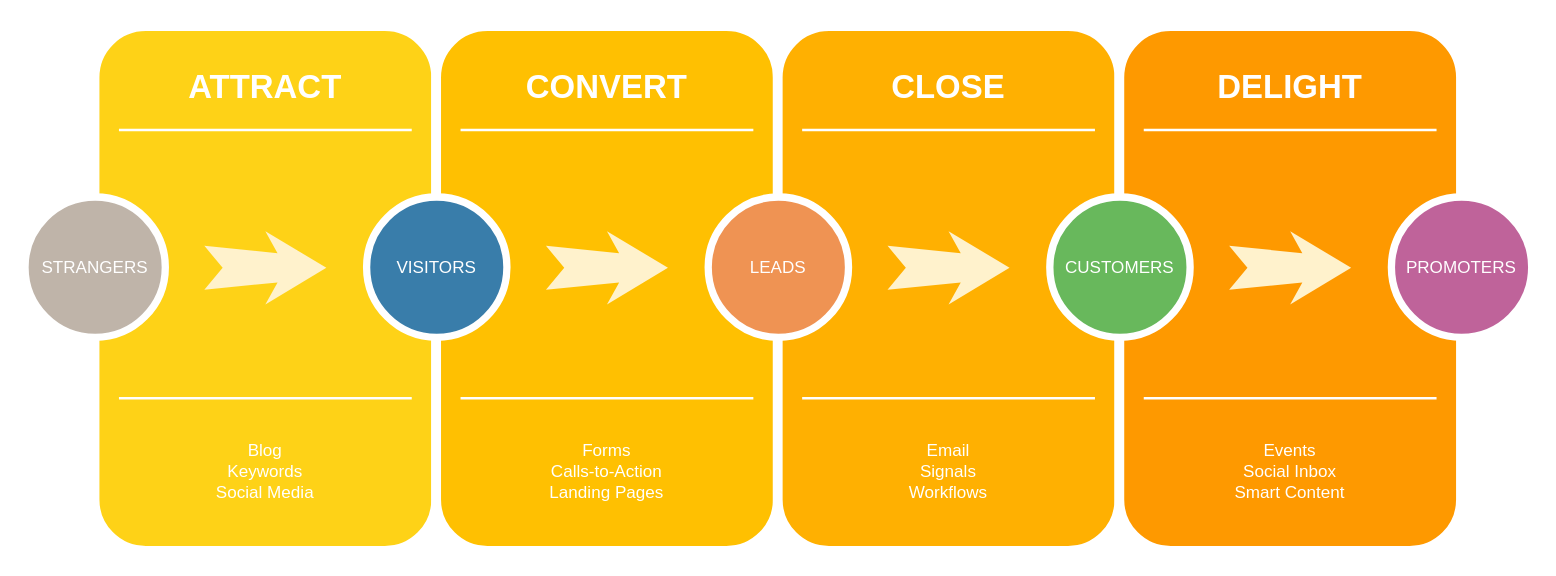
ed5on/draw keeps this draw.io diagram as Diagrama sin título.drawio. Above is the earlier version. Source tidied: cells renumbered, new cells numbered last; positions are measured from the earlier drawing's top-left corner, leaving out a move shared by most shapes. Both pictures are drawn from the tidied source at 122%, with x=0, y=0 at pixel (24, 26).
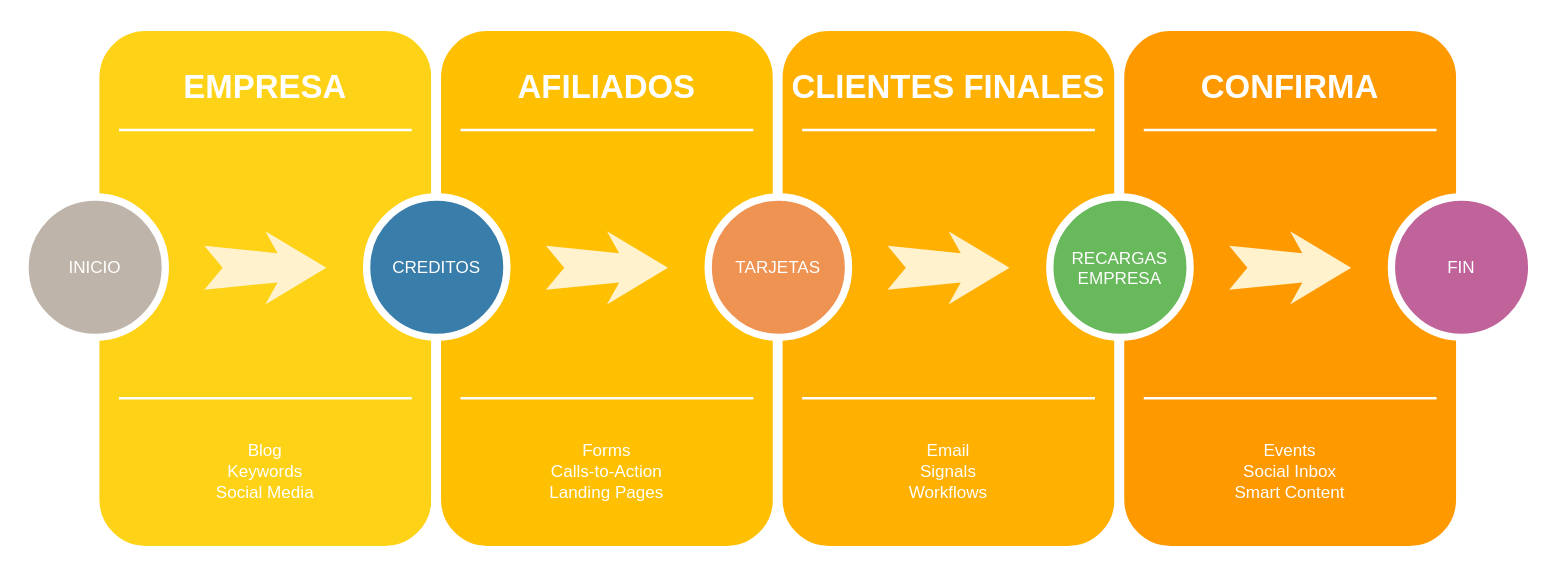
After the change.

Change to the diagram source:
```diff
@@
-    <mxCell id="3" value="ATTRACT" style="text;html=1;strokeColor=none;fillColor=none;align=center;verticalAlign=middle;whiteSpace=wrap;rounded=0;shadow=0;fontSize=27;fontColor=#FFFFFF;fontStyle=1;" parent="1" vertex="1">
+    <mxCell id="3" value="EMPRESA" style="text;html=1;strokeColor=none;fillColor=none;align=center;verticalAlign=middle;whiteSpace=wrap;rounded=0;shadow=0;fontSize=27;fontColor=#FFFFFF;fontStyle=1;" parent="1" vertex="1">
       <mxGeometry x="57" y="20" width="280" height="60" as="geometry" />
     </mxCell>
@@
-    <mxCell id="7" value="STRANGERS" style="ellipse;whiteSpace=wrap;html=1;rounded=0;shadow=0;strokeWidth=6;fontSize=14;align=center;fillColor=#BFB4A9;strokeColor=#FFFFFF;fontColor=#FFFFFF;" parent="1" vertex="1">
+    <mxCell id="7" value="INICIO" style="ellipse;whiteSpace=wrap;html=1;rounded=0;shadow=0;strokeWidth=6;fontSize=14;align=center;fillColor=#BFB4A9;strokeColor=#FFFFFF;fontColor=#FFFFFF;" parent="1" vertex="1">
       <mxGeometry y="140" width="115" height="115" as="geometry" />
     </mxCell>
@@
-    <mxCell id="10" value="CONVERT" style="text;html=1;strokeColor=none;fillColor=none;align=center;verticalAlign=middle;whiteSpace=wrap;rounded=0;shadow=0;fontSize=27;fontColor=#FFFFFF;fontStyle=1;" parent="1" vertex="1">
+    <mxCell id="10" value="AFILIADOS" style="text;html=1;strokeColor=none;fillColor=none;align=center;verticalAlign=middle;whiteSpace=wrap;rounded=0;shadow=0;fontSize=27;fontColor=#FFFFFF;fontStyle=1;" parent="1" vertex="1">
       <mxGeometry x="337" y="20" width="280" height="60" as="geometry" />
     </mxCell>
@@
-    <mxCell id="14" value="VISITORS" style="ellipse;whiteSpace=wrap;html=1;rounded=0;shadow=0;strokeWidth=6;fontSize=14;align=center;fillColor=#397DAA;strokeColor=#FFFFFF;fontColor=#FFFFFF;" parent="1" vertex="1">
+    <mxCell id="14" value="CREDITOS" style="ellipse;whiteSpace=wrap;html=1;rounded=0;shadow=0;strokeWidth=6;fontSize=14;align=center;fillColor=#397DAA;strokeColor=#FFFFFF;fontColor=#FFFFFF;" parent="1" vertex="1">
       <mxGeometry x="280" y="140" width="115" height="115" as="geometry" />
     </mxCell>
@@
-    <mxCell id="17" value="CLOSE" style="text;html=1;strokeColor=none;fillColor=none;align=center;verticalAlign=middle;whiteSpace=wrap;rounded=0;shadow=0;fontSize=27;fontColor=#FFFFFF;fontStyle=1;" parent="1" vertex="1">
+    <mxCell id="17" value="CLIENTES FINALES" style="text;html=1;strokeColor=none;fillColor=none;align=center;verticalAlign=middle;whiteSpace=wrap;rounded=0;shadow=0;fontSize=27;fontColor=#FFFFFF;fontStyle=1;" parent="1" vertex="1">
       <mxGeometry x="617" y="20" width="280" height="60" as="geometry" />
     </mxCell>
@@
-    <mxCell id="21" value="LEADS" style="ellipse;whiteSpace=wrap;html=1;rounded=0;shadow=0;strokeWidth=6;fontSize=14;align=center;fillColor=#EF9353;strokeColor=#FFFFFF;fontColor=#FFFFFF;" parent="1" vertex="1">
+    <mxCell id="21" value="TARJETAS" style="ellipse;whiteSpace=wrap;html=1;rounded=0;shadow=0;strokeWidth=6;fontSize=14;align=center;fillColor=#EF9353;strokeColor=#FFFFFF;fontColor=#FFFFFF;" parent="1" vertex="1">
       <mxGeometry x="560" y="140" width="115" height="115" as="geometry" />
     </mxCell>
@@
-    <mxCell id="24" value="DELIGHT" style="text;html=1;strokeColor=none;fillColor=none;align=center;verticalAlign=middle;whiteSpace=wrap;rounded=0;shadow=0;fontSize=27;fontColor=#FFFFFF;fontStyle=1;" parent="1" vertex="1">
+    <mxCell id="24" value="CONFIRMA" style="text;html=1;strokeColor=none;fillColor=none;align=center;verticalAlign=middle;whiteSpace=wrap;rounded=0;shadow=0;fontSize=27;fontColor=#FFFFFF;fontStyle=1;" parent="1" vertex="1">
       <mxGeometry x="897" y="20" width="280" height="60" as="geometry" />
     </mxCell>
@@
-    <mxCell id="28" value="CUSTOMERS" style="ellipse;whiteSpace=wrap;html=1;rounded=0;shadow=0;strokeWidth=6;fontSize=14;align=center;fillColor=#68B85C;strokeColor=#FFFFFF;fontColor=#FFFFFF;" parent="1" vertex="1">
+    <mxCell id="28" value="RECARGAS EMPRESA" style="ellipse;whiteSpace=wrap;html=1;rounded=0;shadow=0;strokeWidth=6;fontSize=14;align=center;fillColor=#68B85C;strokeColor=#FFFFFF;fontColor=#FFFFFF;" parent="1" vertex="1">
       <mxGeometry x="840" y="140" width="115" height="115" as="geometry" />
     </mxCell>
@@
-    <mxCell id="30" value="PROMOTERS" style="ellipse;whiteSpace=wrap;html=1;rounded=0;shadow=0;strokeWidth=6;fontSize=14;align=center;fillColor=#BF639A;strokeColor=#FFFFFF;fontColor=#FFFFFF;" parent="1" vertex="1">
+    <mxCell id="30" value="FIN" style="ellipse;whiteSpace=wrap;html=1;rounded=0;shadow=0;strokeWidth=6;fontSize=14;align=center;fillColor=#BF639A;strokeColor=#FFFFFF;fontColor=#FFFFFF;" parent="1" vertex="1">
       <mxGeometry x="1120" y="140" width="115" height="115" as="geometry" />
     </mxCell>
```
